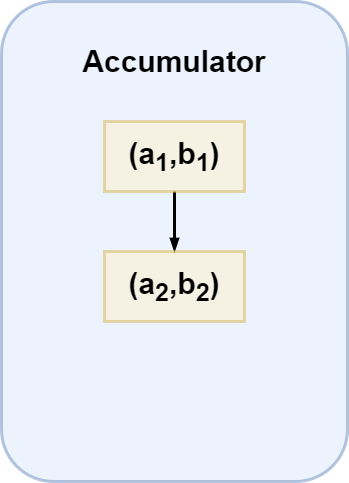
AAAAAAAyq/Personal-Studying keeps this draw.io diagram as Untitled Diagram.drawio.png. Above is the earlier version. Source tidied: cells renumbered, new cells last; positions are measured from the earlier drawing's top-left corner, leaving out a move shared by most shapes.
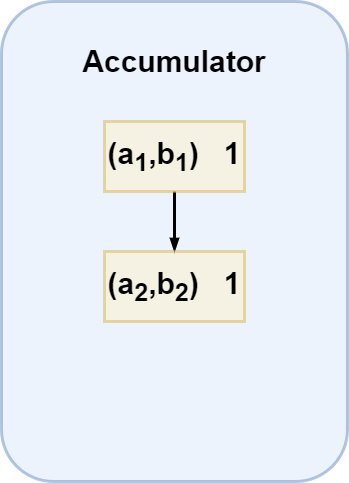
The same file after the commit.

Change to the diagram source:
```diff
@@ -11,10 +11,10 @@
     <mxCell id="4" style="edgeStyle=orthogonalEdgeStyle;rounded=0;jettySize=auto;html=1;fontSize=30;strokeWidth=3;endArrow=blockThin;endFill=1;" parent="1" edge="1" source="5" target="6">
       <mxGeometry relative="1" as="geometry" />
     </mxCell>
-    <mxCell id="5" value="(a&lt;sub&gt;1&lt;/sub&gt;,b&lt;sub&gt;1&lt;/sub&gt;)" style="rounded=0;whiteSpace=wrap;html=1;fontSize=30;strokeWidth=3;opacity=50;fillColor=#fff2cc;strokeColor=#d6b656;fontStyle=1;" parent="1" vertex="1">
+    <mxCell id="5" value="(a&lt;sub&gt;1&lt;/sub&gt;,b&lt;sub&gt;1&lt;/sub&gt;)&amp;nbsp; &amp;nbsp;1" style="rounded=0;whiteSpace=wrap;html=1;fontSize=30;strokeWidth=3;opacity=50;fillColor=#fff2cc;strokeColor=#d6b656;fontStyle=1;" parent="1" vertex="1">
       <mxGeometry x="103" y="120" width="140" height="70" as="geometry" />
     </mxCell>
-    <mxCell id="6" value="(a&lt;sub&gt;2&lt;/sub&gt;,b&lt;sub&gt;2&lt;/sub&gt;)" style="rounded=0;whiteSpace=wrap;html=1;fontSize=30;strokeWidth=3;opacity=50;fillColor=#fff2cc;strokeColor=#d6b656;fontStyle=1;" parent="1" vertex="1">
+    <mxCell id="6" value="(a&lt;sub&gt;2&lt;/sub&gt;,b&lt;sub&gt;2&lt;/sub&gt;)&amp;nbsp; &amp;nbsp;1" style="rounded=0;whiteSpace=wrap;html=1;fontSize=30;strokeWidth=3;opacity=50;fillColor=#fff2cc;strokeColor=#d6b656;fontStyle=1;" parent="1" vertex="1">
       <mxGeometry x="103" y="250" width="140" height="70" as="geometry" />
     </mxCell>
   </root>
```
